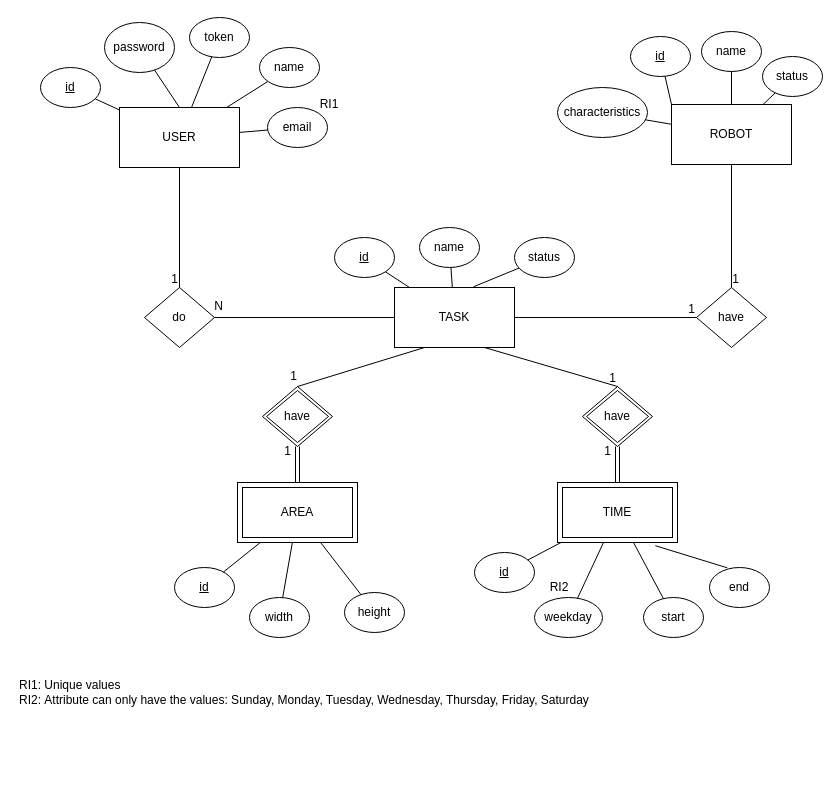
Before: docs/modeloER_ERS.drawio in Frederico-Cerqueira/Projeto-Final-ERS, a draw.io diagram. Source tidied: cells renumbered, new cells numbered last; positions are measured from the earlier drawing's top-left corner, leaving out a move shared by most shapes. Both pictures are drawn from the tidied source at 100%, with x=0, y=0 at pixel (17, 17).
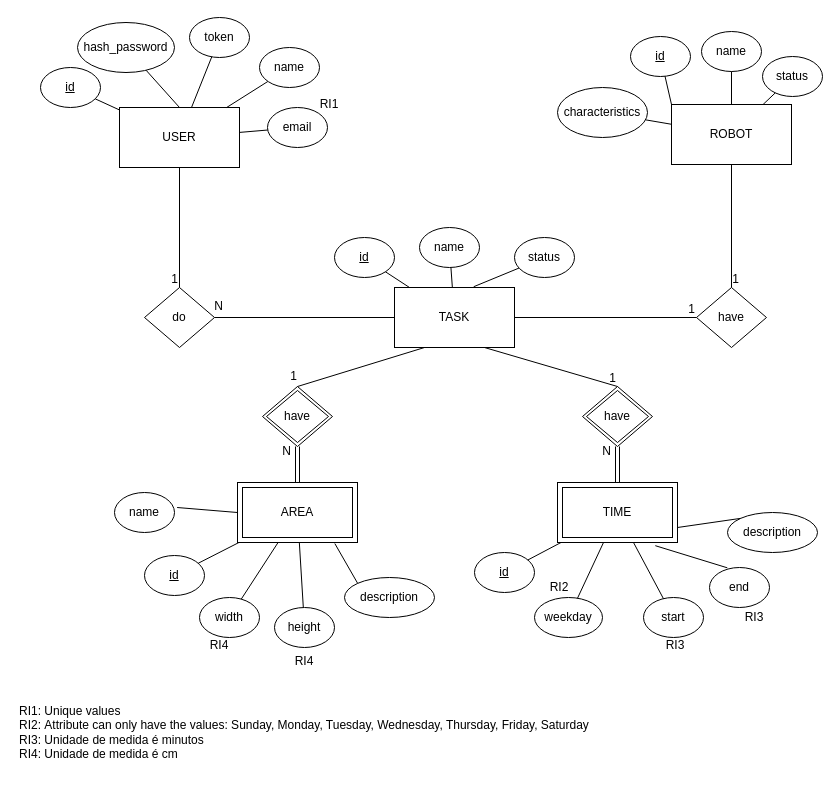
After the change.

Unchanged cells that the change refers to:
```xml
<mxCell id="18" value="AREA" style="shape=ext;margin=3;double=1;whiteSpace=wrap;html=1;align=center;" parent="1" vertex="1">
  <mxGeometry x="220" y="465" width="120" height="60" as="geometry" />
</mxCell>
<mxCell id="27" style="shape=link;html=1;rounded=0;" parent="1" edge="1" source="18" target="26">
  <mxGeometry relative="1" as="geometry" />
</mxCell>
<mxCell id="53" value="TIME" style="shape=ext;margin=3;double=1;whiteSpace=wrap;html=1;align=center;" parent="1" vertex="1">
  <mxGeometry x="540" y="465" width="120" height="60" as="geometry" />
</mxCell>
<mxCell id="61" style="shape=link;html=1;rounded=0;" parent="1" edge="1" source="53" target="60">
  <mxGeometry relative="1" as="geometry" />
</mxCell>
```

The edit, as a diff of the source:
```diff
@@
-    <mxCell id="8" value="password" style="ellipse;whiteSpace=wrap;html=1;" parent="1" vertex="1">
-      <mxGeometry x="87" y="5" width="70" height="50" as="geometry" />
+    <mxCell id="8" value="hash_password" style="ellipse;whiteSpace=wrap;html=1;" parent="1" vertex="1">
+      <mxGeometry x="60" y="5" width="97" height="50" as="geometry" />
     </mxCell>
@@
     <mxCell id="19" value="&lt;u&gt;id&lt;/u&gt;" style="ellipse;whiteSpace=wrap;html=1;" parent="1" vertex="1">
-      <mxGeometry x="157" y="550" width="60" height="40" as="geometry" />
+      <mxGeometry x="127" y="538" width="60" height="40" as="geometry" />
     </mxCell>
@@
     <mxCell id="21" value="width" style="ellipse;whiteSpace=wrap;html=1;" parent="1" vertex="1">
-      <mxGeometry x="232" y="580" width="60" height="40" as="geometry" />
+      <mxGeometry x="182" y="580" width="60" height="40" as="geometry" />
     </mxCell>
     <mxCell id="22" value="height" style="ellipse;whiteSpace=wrap;html=1;" parent="1" vertex="1">
-      <mxGeometry x="327" y="575" width="60" height="40" as="geometry" />
+      <mxGeometry x="257" y="590" width="60" height="40" as="geometry" />
     </mxCell>
@@
-    <mxCell id="28" value="1" style="html=1;whiteSpace=wrap;align=right;verticalAlign=bottom;" parent="27" vertex="1">
+    <mxCell id="28" value="N" style="html=1;whiteSpace=wrap;align=right;verticalAlign=bottom;" parent="27" vertex="1">
       <mxGeometry x="1" relative="1" as="geometry">
         <mxPoint x="-5" y="13" as="offset" />
       </mxGeometry>
     </mxCell>
@@
-    <mxCell id="62" value="1" style="html=1;whiteSpace=wrap;align=right;verticalAlign=bottom;" parent="61" vertex="1">
+    <mxCell id="62" value="N" style="html=1;whiteSpace=wrap;align=right;verticalAlign=bottom;" parent="61" vertex="1">
       <mxGeometry x="1" relative="1" as="geometry">
         <mxPoint x="-5" y="13" as="offset" />
       </mxGeometry>
     </mxCell>
@@
-    <mxCell id="67" value="RI1: Unique values&lt;div&gt;RI2:&amp;nbsp;Attribute can only have the values: Sunday, Monday, Tuesday, Wednesday, Thursday, Friday, Saturday&lt;/div&gt;" style="text;html=1;align=left;verticalAlign=middle;whiteSpace=wrap;rounded=0;" parent="1" vertex="1">
-      <mxGeometry y="660" width="665" height="30" as="geometry" />
+    <mxCell id="67" value="RI1: Unique values&lt;div&gt;RI2:&amp;nbsp;Attribute can only have the values: Sunday, Monday, Tuesday, Wednesday, Thursday, Friday, Saturday&lt;/div&gt;&lt;div&gt;RI3: Unidade de medida é minutos&lt;/div&gt;&lt;div&gt;RI4: Unidade de medida é cm&lt;/div&gt;" style="text;html=1;align=left;verticalAlign=middle;whiteSpace=wrap;rounded=0;" parent="1" vertex="1">
+      <mxGeometry y="660" width="665" height="110" as="geometry" />
     </mxCell>
+    <mxCell id="68" value="name" style="ellipse;whiteSpace=wrap;html=1;" parent="1" vertex="1">
+      <mxGeometry x="97" y="475" width="60" height="40" as="geometry" />
+    </mxCell>
+    <mxCell id="69" style="endArrow=none;html=1;rounded=0;entryX=0;entryY=0.5;entryDx=0;entryDy=0;exitX=1.044;exitY=0.375;exitDx=0;exitDy=0;exitPerimeter=0;" parent="1" edge="1" source="68" target="18">
+      <mxGeometry relative="1" as="geometry" />
+    </mxCell>
+    <mxCell id="70" value="description" style="ellipse;whiteSpace=wrap;html=1;" parent="1" vertex="1">
+      <mxGeometry x="327" y="560" width="90" height="40" as="geometry" />
+    </mxCell>
+    <mxCell id="71" style="endArrow=none;html=1;rounded=0;entryX=0.811;entryY=1.017;entryDx=0;entryDy=0;exitX=0;exitY=0;exitDx=0;exitDy=0;entryPerimeter=0;" parent="1" edge="1" source="70" target="18">
+      <mxGeometry relative="1" as="geometry" />
+    </mxCell>
+    <mxCell id="72" value="description" style="ellipse;whiteSpace=wrap;html=1;" parent="1" vertex="1">
+      <mxGeometry x="710" y="495" width="90" height="40" as="geometry" />
+    </mxCell>
+    <mxCell id="73" style="endArrow=none;html=1;rounded=0;entryX=1;entryY=0.75;entryDx=0;entryDy=0;exitX=0;exitY=0;exitDx=0;exitDy=0;" parent="1" edge="1" source="72" target="53">
+      <mxGeometry relative="1" as="geometry" />
+    </mxCell>
+    <mxCell id="74" value="RI3" style="text;html=1;align=center;verticalAlign=middle;whiteSpace=wrap;rounded=0;" parent="1" vertex="1">
+      <mxGeometry x="643" y="620" width="30" height="16" as="geometry" />
+    </mxCell>
+    <mxCell id="75" value="RI3" style="text;html=1;align=center;verticalAlign=middle;whiteSpace=wrap;rounded=0;" parent="1" vertex="1">
+      <mxGeometry x="722" y="592" width="30" height="16" as="geometry" />
+    </mxCell>
+    <mxCell id="76" value="RI4" style="text;html=1;align=center;verticalAlign=middle;whiteSpace=wrap;rounded=0;" parent="1" vertex="1">
+      <mxGeometry x="272" y="636" width="30" height="16" as="geometry" />
+    </mxCell>
+    <mxCell id="77" value="RI4" style="text;html=1;align=center;verticalAlign=middle;whiteSpace=wrap;rounded=0;" parent="1" vertex="1">
+      <mxGeometry x="187" y="620" width="30" height="16" as="geometry" />
+    </mxCell>
```
